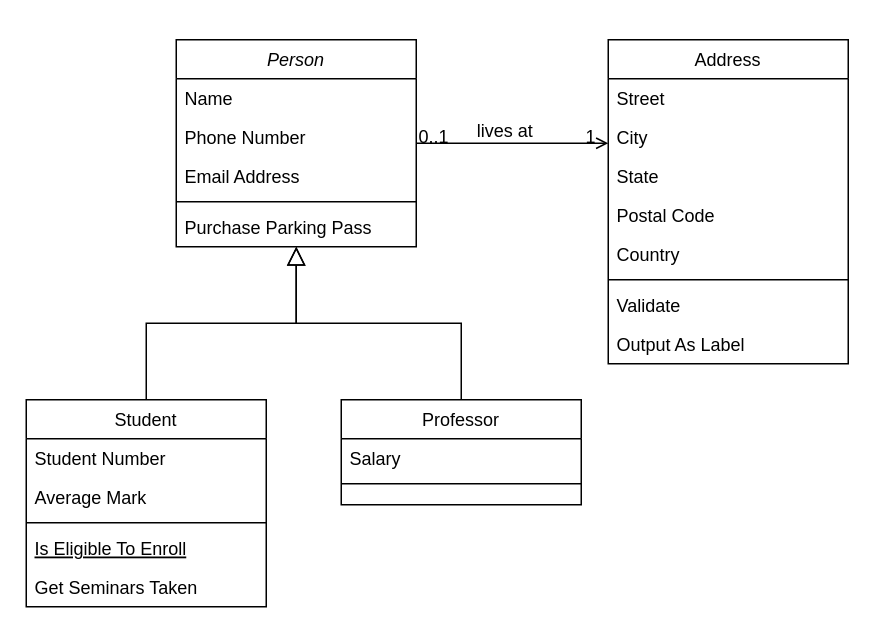
Before: Untitled Diagram.drawio in imma-yene/imma-yene, a draw.io diagram. Source tidied: cells renumbered, new cells numbered last; positions are measured from the earlier drawing's top-left corner, leaving out a move shared by most shapes. Both pictures are drawn from the tidied source at 150%, with x=0, y=0 at pixel (26, 39).
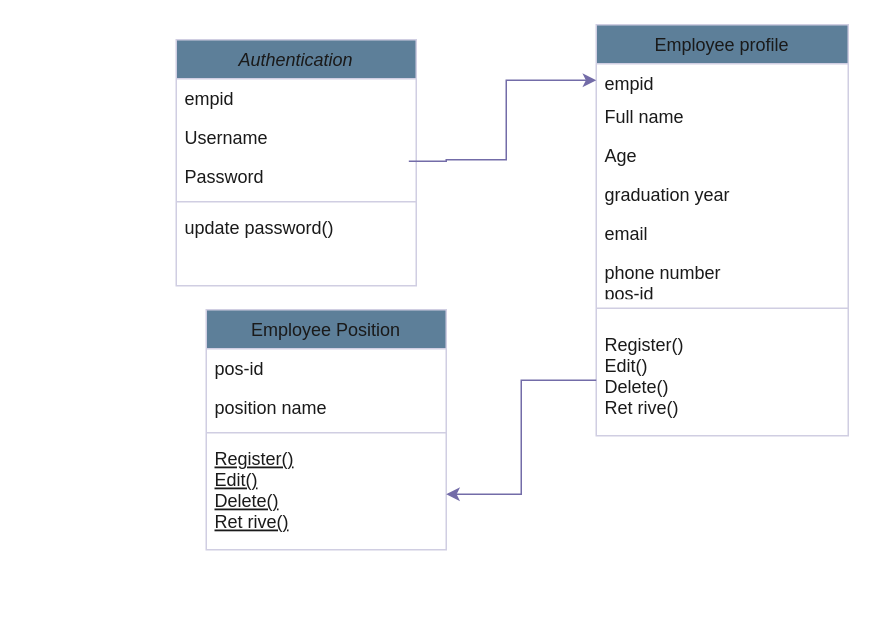
The same page after the edit.

Change to the diagram source:
```diff
@@
-    <mxCell id="2" value="Person" style="swimlane;fontStyle=2;align=center;verticalAlign=top;horizontal=1;startSize=26;rounded=0;shadow=0;strokeWidth=1;" parent="1" vertex="1">
-      <mxGeometry x="100" width="160" height="138" as="geometry" />
+    <mxCell id="2" value="Authentication" style="swimlane;fontStyle=2;align=center;verticalAlign=top;horizontal=1;startSize=26;rounded=0;shadow=0;strokeWidth=1;labelBackgroundColor=none;fillColor=#5D7F99;strokeColor=#D0CEE2;fontColor=#1A1A1A;" parent="1" vertex="1">
+      <mxGeometry x="100" width="160" height="164" as="geometry" />
     </mxCell>
-    <mxCell id="3" value="Name" style="text;align=left;verticalAlign=top;spacingLeft=4;spacingRight=4;overflow=hidden;" parent="2" vertex="1">
+    <mxCell id="3" value="empid&#10;" style="text;align=left;verticalAlign=top;spacingLeft=4;spacingRight=4;overflow=hidden;labelBackgroundColor=none;fontColor=#1A1A1A;" parent="2" vertex="1">
       <mxGeometry y="26" width="160" height="26" as="geometry" />
     </mxCell>
-    <mxCell id="4" value="Phone Number" style="text;align=left;verticalAlign=top;spacingLeft=4;spacingRight=4;overflow=hidden;rounded=0;shadow=0;html=0;" parent="2" vertex="1">
+    <mxCell id="4" value="Username" style="text;align=left;verticalAlign=top;spacingLeft=4;spacingRight=4;overflow=hidden;rounded=0;shadow=0;html=0;labelBackgroundColor=none;fontColor=#1A1A1A;" parent="2" vertex="1">
       <mxGeometry y="52" width="160" height="26" as="geometry" />
     </mxCell>
-    <mxCell id="5" value="Email Address" style="text;align=left;verticalAlign=top;spacingLeft=4;spacingRight=4;overflow=hidden;points=[[0,0.5],[1,0.5]];portConstraint=eastwest;rounded=0;shadow=0;html=0;" parent="2" vertex="1">
+    <mxCell id="5" value="Password" style="text;align=left;verticalAlign=top;spacingLeft=4;spacingRight=4;overflow=hidden;points=[[0,0.5],[1,0.5]];portConstraint=eastwest;rounded=0;shadow=0;html=0;labelBackgroundColor=none;fontColor=#1A1A1A;" parent="2" vertex="1">
       <mxGeometry y="78" width="160" height="26" as="geometry" />
     </mxCell>
-    <mxCell id="6" style="line;html=1;strokeWidth=1;align=left;verticalAlign=middle;spacingTop=-1;spacingLeft=3;spacingRight=3;labelPosition=right;" parent="2" vertex="1">
+    <mxCell id="6" style="line;html=1;strokeWidth=1;align=left;verticalAlign=middle;spacingTop=-1;spacingLeft=3;spacingRight=3;labelPosition=right;labelBackgroundColor=none;fillColor=#5D7F99;strokeColor=#D0CEE2;fontColor=#1A1A1A;" parent="2" vertex="1">
       <mxGeometry y="104" width="160" height="8" as="geometry" />
     </mxCell>
-    <mxCell id="7" value="Purchase Parking Pass" style="text;align=left;verticalAlign=top;spacingLeft=4;spacingRight=4;overflow=hidden;" parent="2" vertex="1">
+    <mxCell id="7" value="update password()" style="text;align=left;verticalAlign=top;spacingLeft=4;spacingRight=4;overflow=hidden;labelBackgroundColor=none;fontColor=#1A1A1A;" parent="2" vertex="1">
       <mxGeometry y="112" width="160" height="26" as="geometry" />
     </mxCell>
-    <mxCell id="8" value="Student" style="swimlane;fontStyle=0;align=center;verticalAlign=top;horizontal=1;startSize=26;rounded=0;shadow=0;strokeWidth=1;" parent="1" vertex="1">
-      <mxGeometry y="240" width="160" height="138" as="geometry" />
+    <mxCell id="8" value="Employee Position" style="swimlane;fontStyle=0;align=center;verticalAlign=top;horizontal=1;startSize=26;rounded=0;shadow=0;strokeWidth=1;labelBackgroundColor=none;fillColor=#5D7F99;strokeColor=#D0CEE2;fontColor=#1A1A1A;" parent="1" vertex="1">
+      <mxGeometry x="120" y="180" width="160" height="160" as="geometry" />
     </mxCell>
-    <mxCell id="9" value="Student Number" style="text;align=left;verticalAlign=top;spacingLeft=4;spacingRight=4;overflow=hidden;" parent="8" vertex="1">
+    <mxCell id="9" value="pos-id" style="text;align=left;verticalAlign=top;spacingLeft=4;spacingRight=4;overflow=hidden;labelBackgroundColor=none;fontColor=#1A1A1A;" parent="8" vertex="1">
       <mxGeometry y="26" width="160" height="26" as="geometry" />
     </mxCell>
-    <mxCell id="10" value="Average Mark" style="text;align=left;verticalAlign=top;spacingLeft=4;spacingRight=4;overflow=hidden;rounded=0;shadow=0;html=0;" parent="8" vertex="1">
+    <mxCell id="10" value="position name" style="text;align=left;verticalAlign=top;spacingLeft=4;spacingRight=4;overflow=hidden;rounded=0;shadow=0;html=0;labelBackgroundColor=none;fontColor=#1A1A1A;" parent="8" vertex="1">
       <mxGeometry y="52" width="160" height="26" as="geometry" />
     </mxCell>
-    <mxCell id="11" style="line;html=1;strokeWidth=1;align=left;verticalAlign=middle;spacingTop=-1;spacingLeft=3;spacingRight=3;labelPosition=right;" parent="8" vertex="1">
+    <mxCell id="11" style="line;html=1;strokeWidth=1;align=left;verticalAlign=middle;spacingTop=-1;spacingLeft=3;spacingRight=3;labelPosition=right;labelBackgroundColor=none;fillColor=#5D7F99;strokeColor=#D0CEE2;fontColor=#1A1A1A;" parent="8" vertex="1">
       <mxGeometry y="78" width="160" height="8" as="geometry" />
     </mxCell>
-    <mxCell id="12" value="Is Eligible To Enroll" style="text;align=left;verticalAlign=top;spacingLeft=4;spacingRight=4;overflow=hidden;points=[[0,0.5],[1,0.5]];portConstraint=eastwest;fontStyle=4;" parent="8" vertex="1">
-      <mxGeometry y="86" width="160" height="26" as="geometry" />
+    <mxCell id="12" value="Register()&#10;Edit()&#10;Delete()&#10;Ret rive()&#10;" style="text;align=left;verticalAlign=top;spacingLeft=4;spacingRight=4;overflow=hidden;points=[[0,0.5],[1,0.5]];portConstraint=eastwest;fontStyle=4;labelBackgroundColor=none;fontColor=#1A1A1A;" parent="8" vertex="1">
+      <mxGeometry y="86" width="160" height="74" as="geometry" />
     </mxCell>
-    <mxCell id="13" value="Get Seminars Taken" style="text;align=left;verticalAlign=top;spacingLeft=4;spacingRight=4;overflow=hidden;" parent="8" vertex="1">
-      <mxGeometry y="112" width="160" height="26" as="geometry" />
-    </mxCell>
-    <mxCell id="14" style="endArrow=block;endSize=10;endFill=0;shadow=0;strokeWidth=1;rounded=0;curved=0;edgeStyle=elbowEdgeStyle;elbow=vertical;" parent="1" edge="1" source="8" target="2">
-      <mxGeometry relative="1" as="geometry" />
-    </mxCell>
-    <mxCell id="15" value="Professor" style="swimlane;fontStyle=0;align=center;verticalAlign=top;horizontal=1;startSize=26;rounded=0;shadow=0;strokeWidth=1;" parent="1" vertex="1">
-      <mxGeometry x="210" y="240" width="160" height="70" as="geometry" />
-    </mxCell>
-    <mxCell id="16" value="Salary" style="text;align=left;verticalAlign=top;spacingLeft=4;spacingRight=4;overflow=hidden;" parent="15" vertex="1">
-      <mxGeometry y="26" width="160" height="26" as="geometry" />
-    </mxCell>
-    <mxCell id="17" style="line;html=1;strokeWidth=1;align=left;verticalAlign=middle;spacingTop=-1;spacingLeft=3;spacingRight=3;labelPosition=right;" parent="15" vertex="1">
-      <mxGeometry y="52" width="160" height="8" as="geometry" />
-    </mxCell>
-    <mxCell id="18" style="endArrow=block;endSize=10;endFill=0;shadow=0;strokeWidth=1;rounded=0;curved=0;edgeStyle=elbowEdgeStyle;elbow=vertical;" parent="1" edge="1" source="15" target="2">
-      <mxGeometry relative="1" as="geometry" />
-    </mxCell>
-    <mxCell id="19" value="Address" style="swimlane;fontStyle=0;align=center;verticalAlign=top;horizontal=1;startSize=26;rounded=0;shadow=0;strokeWidth=1;" parent="1" vertex="1">
-      <mxGeometry x="388" width="160" height="216" as="geometry" />
+    <mxCell id="19" value="Employee profile" style="swimlane;fontStyle=0;align=center;verticalAlign=top;horizontal=1;startSize=26;rounded=0;shadow=0;strokeWidth=1;labelBackgroundColor=none;fillColor=#5D7F99;strokeColor=#D0CEE2;fontColor=#1A1A1A;" parent="1" vertex="1">
+      <mxGeometry x="380" y="-10" width="168" height="274" as="geometry" />
     </mxCell>
-    <mxCell id="20" value="Street" style="text;align=left;verticalAlign=top;spacingLeft=4;spacingRight=4;overflow=hidden;points=[[0,0.5],[1,0.5]];portConstraint=eastwest;" parent="19" vertex="1">
-      <mxGeometry y="26" width="160" height="26" as="geometry" />
+    <mxCell id="20" value="empid" style="text;align=left;verticalAlign=top;spacingLeft=4;spacingRight=4;overflow=hidden;points=[[0,0.5],[1,0.5]];portConstraint=eastwest;labelBackgroundColor=none;fontColor=#1A1A1A;" parent="19" vertex="1">
+      <mxGeometry y="26" width="168" height="22" as="geometry" />
     </mxCell>
-    <mxCell id="21" value="City" style="text;align=left;verticalAlign=top;spacingLeft=4;spacingRight=4;overflow=hidden;rounded=0;shadow=0;html=0;" parent="19" vertex="1">
-      <mxGeometry y="52" width="160" height="26" as="geometry" />
+    <mxCell id="21" value="Full name" style="text;align=left;verticalAlign=top;spacingLeft=4;spacingRight=4;overflow=hidden;rounded=0;shadow=0;html=0;labelBackgroundColor=none;fontColor=#1A1A1A;" parent="19" vertex="1">
+      <mxGeometry y="48" width="168" height="26" as="geometry" />
     </mxCell>
+    <mxCell id="32" value="Age " style="text;align=left;verticalAlign=top;spacingLeft=4;spacingRight=4;overflow=hidden;rounded=0;shadow=0;html=0;labelBackgroundColor=none;fontColor=#1A1A1A;" parent="19" vertex="1">
+      <mxGeometry y="74" width="168" height="26" as="geometry" />
+    </mxCell>
-    <mxCell id="22" value="State" style="text;align=left;verticalAlign=top;spacingLeft=4;spacingRight=4;overflow=hidden;rounded=0;shadow=0;html=0;" parent="19" vertex="1">
-      <mxGeometry y="78" width="160" height="26" as="geometry" />
+    <mxCell id="22" value="graduation year" style="text;align=left;verticalAlign=top;spacingLeft=4;spacingRight=4;overflow=hidden;rounded=0;shadow=0;html=0;labelBackgroundColor=none;fontColor=#1A1A1A;" parent="19" vertex="1">
+      <mxGeometry y="100" width="168" height="26" as="geometry" />
     </mxCell>
-    <mxCell id="23" value="Postal Code" style="text;align=left;verticalAlign=top;spacingLeft=4;spacingRight=4;overflow=hidden;rounded=0;shadow=0;html=0;" parent="19" vertex="1">
-      <mxGeometry y="104" width="160" height="26" as="geometry" />
+    <mxCell id="23" value="email" style="text;align=left;verticalAlign=top;spacingLeft=4;spacingRight=4;overflow=hidden;rounded=0;shadow=0;html=0;labelBackgroundColor=none;fontColor=#1A1A1A;" parent="19" vertex="1">
+      <mxGeometry y="126" width="168" height="26" as="geometry" />
     </mxCell>
-    <mxCell id="24" value="Country" style="text;align=left;verticalAlign=top;spacingLeft=4;spacingRight=4;overflow=hidden;rounded=0;shadow=0;html=0;" parent="19" vertex="1">
-      <mxGeometry y="130" width="160" height="26" as="geometry" />
+    <mxCell id="24" value="phone number&#10;pos-id" style="text;align=left;verticalAlign=top;spacingLeft=4;spacingRight=4;overflow=hidden;rounded=0;shadow=0;html=0;labelBackgroundColor=none;fontColor=#1A1A1A;" parent="19" vertex="1">
+      <mxGeometry y="152" width="168" height="26" as="geometry" />
     </mxCell>
-    <mxCell id="25" style="line;html=1;strokeWidth=1;align=left;verticalAlign=middle;spacingTop=-1;spacingLeft=3;spacingRight=3;labelPosition=right;" parent="19" vertex="1">
-      <mxGeometry y="156" width="160" height="8" as="geometry" />
+    <mxCell id="25" style="line;html=1;strokeWidth=1;align=left;verticalAlign=middle;spacingTop=-1;spacingLeft=3;spacingRight=3;labelPosition=right;labelBackgroundColor=none;fillColor=#5D7F99;strokeColor=#D0CEE2;fontColor=#1A1A1A;" parent="19" vertex="1">
+      <mxGeometry y="178" width="168" height="22" as="geometry" />
     </mxCell>
-    <mxCell id="26" value="Validate" style="text;align=left;verticalAlign=top;spacingLeft=4;spacingRight=4;overflow=hidden;points=[[0,0.5],[1,0.5]];portConstraint=eastwest;" parent="19" vertex="1">
-      <mxGeometry y="164" width="160" height="26" as="geometry" />
+    <mxCell id="26" value="Register()&#10;Edit()&#10;Delete()&#10;Ret rive()&#10;" style="text;align=left;verticalAlign=top;spacingLeft=4;spacingRight=4;overflow=hidden;points=[[0,0.5],[1,0.5]];portConstraint=eastwest;labelBackgroundColor=none;fontColor=#1A1A1A;" parent="19" vertex="1">
+      <mxGeometry y="200" width="168" height="74" as="geometry" />
     </mxCell>
-    <mxCell id="27" value="Output As Label" style="text;align=left;verticalAlign=top;spacingLeft=4;spacingRight=4;overflow=hidden;" parent="19" vertex="1">
-      <mxGeometry y="190" width="160" height="26" as="geometry" />
-    </mxCell>
-    <mxCell id="28" style="endArrow=open;shadow=0;strokeWidth=1;rounded=0;curved=0;endFill=1;edgeStyle=elbowEdgeStyle;elbow=vertical;" parent="1" edge="1" source="2" target="19">
-      <mxGeometry x="0.5" y="41" relative="1" as="geometry">
-        <mxPoint x="-40" y="32" as="offset" />
-      </mxGeometry>
-    </mxCell>
-    <mxCell id="29" value="0..1" style="align=left;verticalAlign=bottom;labelBackgroundColor=none;fontSize=12;" parent="28" vertex="1">
-      <mxGeometry x="-1" relative="1" as="geometry">
-        <mxPoint y="4" as="offset" />
-      </mxGeometry>
-    </mxCell>
-    <mxCell id="30" value="1" style="align=right;verticalAlign=bottom;labelBackgroundColor=none;fontSize=12;" parent="28" vertex="1">
-      <mxGeometry x="1" relative="1" as="geometry">
-        <mxPoint x="-7" y="4" as="offset" />
-      </mxGeometry>
-    </mxCell>
-    <mxCell id="31" value="lives at" style="text;html=1;align=center;verticalAlign=middle;labelBackgroundColor=none;rounded=0;shadow=0;strokeWidth=1;fontSize=12;" parent="28" vertex="1">
-      <mxGeometry x="0.5" y="49" relative="1" as="geometry">
-        <mxPoint x="-38" y="40" as="offset" />
-      </mxGeometry>
-    </mxCell>
+    <mxCell id="33" style="edgeStyle=orthogonalEdgeStyle;rounded=0;jettySize=auto;html=1;labelBackgroundColor=none;fontColor=default;strokeColor=#736CA8;" parent="1" edge="1" source="26" target="12">
+      <mxGeometry relative="1" as="geometry" />
+    </mxCell>
+    <mxCell id="34" style="edgeStyle=orthogonalEdgeStyle;rounded=0;jettySize=auto;html=1;entryX=0;entryY=0.5;entryDx=0;entryDy=0;exitX=0.969;exitY=0.115;exitDx=0;exitDy=0;exitPerimeter=0;labelBackgroundColor=none;fontColor=default;strokeColor=#736CA8;" parent="1" edge="1" source="5" target="20">
+      <mxGeometry relative="1" as="geometry">
+        <Array as="points">
+          <mxPoint x="280" y="81" />
+          <mxPoint x="280" y="80" />
+          <mxPoint x="320" y="80" />
+          <mxPoint x="320" y="27" />
+        </Array>
+      </mxGeometry>
+    </mxCell>
```
